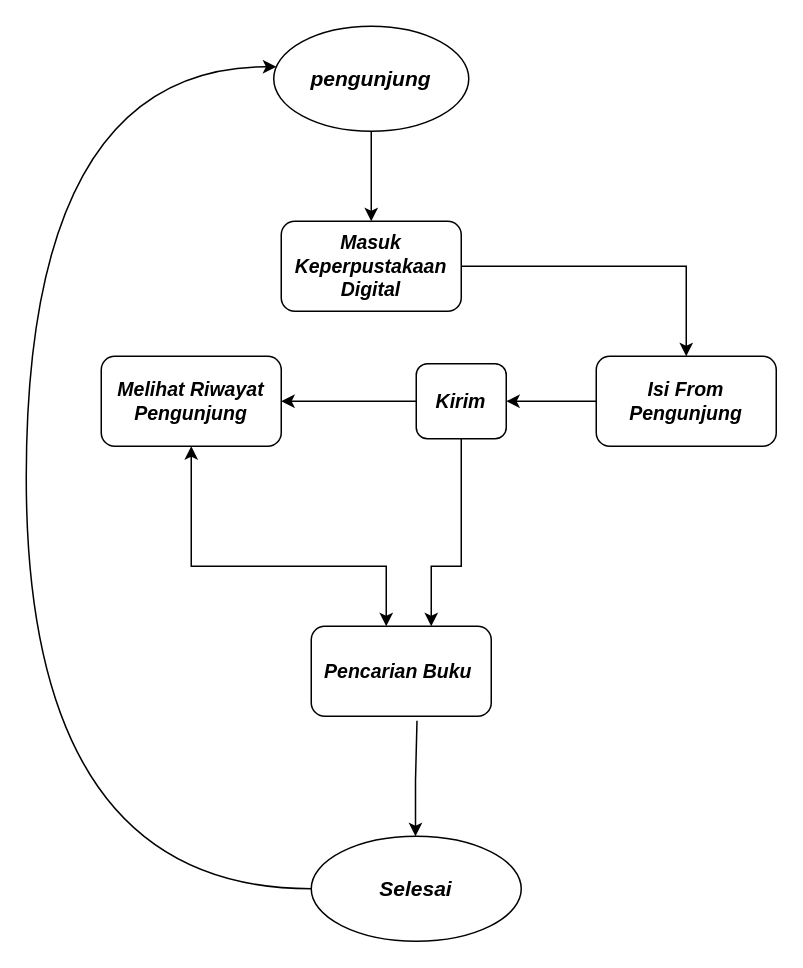
Before: AlurPerpusDigitalRian.drawio in rian-haqi/Alur_PerpusDigitalrian, a draw.io diagram. Source tidied: cells renumbered, new cells numbered last; positions are measured from the earlier drawing's top-left corner, leaving out a move shared by most shapes. Both pictures are drawn from the tidied source at 150%, with x=0, y=0 at pixel (26, 26).
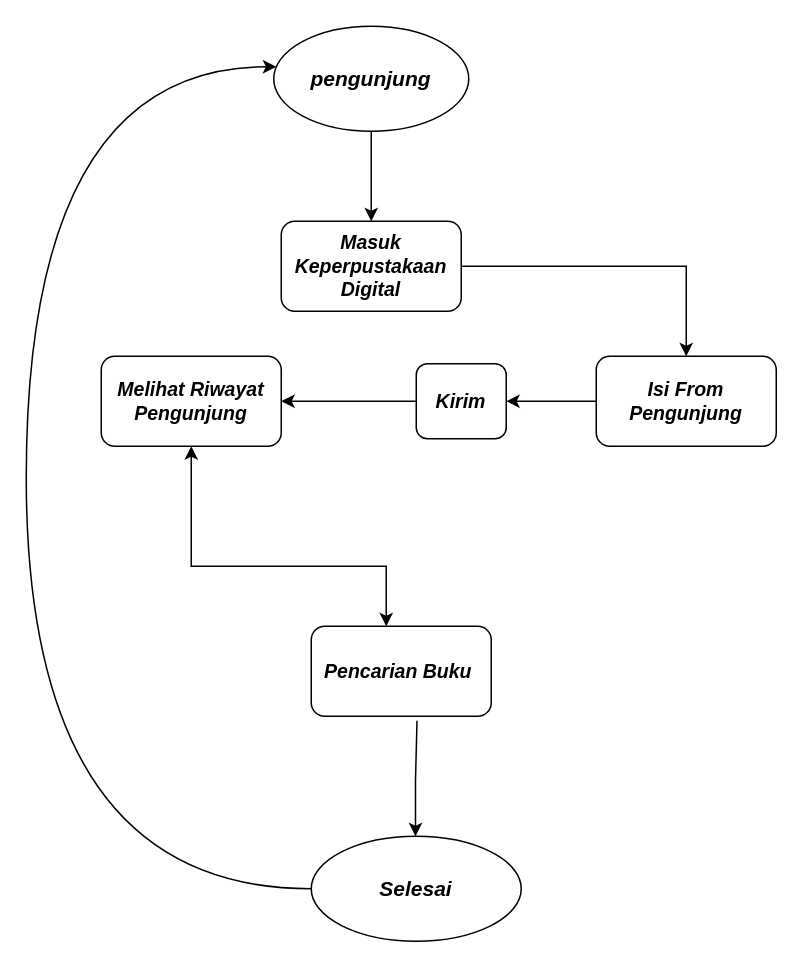
After the change.

The change refers to these unchanged cells:
```xml
<mxCell id="10" value="&lt;font style=&quot;font-size: 13px;&quot;&gt;&lt;b&gt;&lt;i&gt;Pencarian Buku&amp;nbsp;&lt;/i&gt;&lt;/b&gt;&lt;/font&gt;" style="whiteSpace=wrap;html=1;rounded=1;" parent="1" vertex="1">
  <mxGeometry x="190" y="400" width="120" height="60" as="geometry" />
</mxCell>
<mxCell id="12" value="&lt;b&gt;&lt;i&gt;&lt;font style=&quot;font-size: 13px;&quot;&gt;Kirim&lt;/font&gt;&lt;/i&gt;&lt;/b&gt;" style="rounded=1;whiteSpace=wrap;html=1;" parent="1" vertex="1">
  <mxGeometry x="260" y="225" width="60" height="50" as="geometry" />
</mxCell>
```

Change to the diagram source:
```diff
@@
-    <mxCell id="8" style="edgeStyle=orthogonalEdgeStyle;rounded=0;jettySize=auto;html=1;exitX=0.5;exitY=1;exitDx=0;exitDy=0;" parent="1" edge="1" source="12" target="10">
-      <mxGeometry relative="1" as="geometry">
-        <Array as="points">
-          <mxPoint x="290" y="360" />
-          <mxPoint x="270" y="360" />
-        </Array>
-      </mxGeometry>
-    </mxCell>
```
